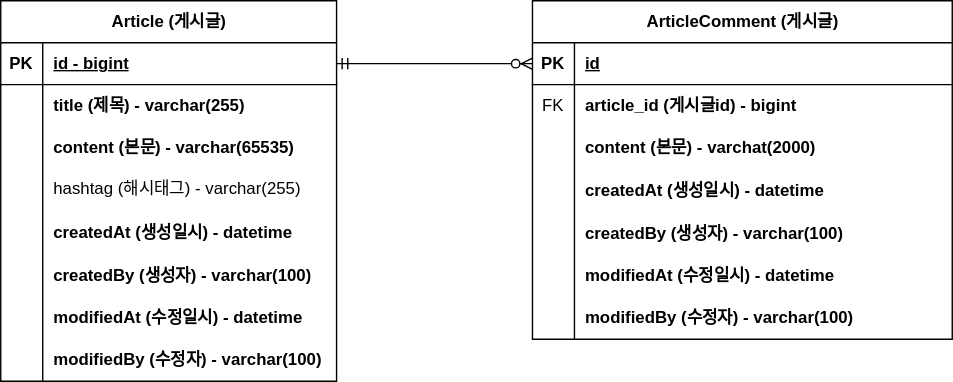
golden-hamster/hello-project-board keeps this draw.io diagram as document/project-board-erd.svg. Above is the earlier version. Source tidied: cells renumbered, new cells last; positions are measured from the earlier drawing's top-left corner, leaving out a move shared by most shapes.
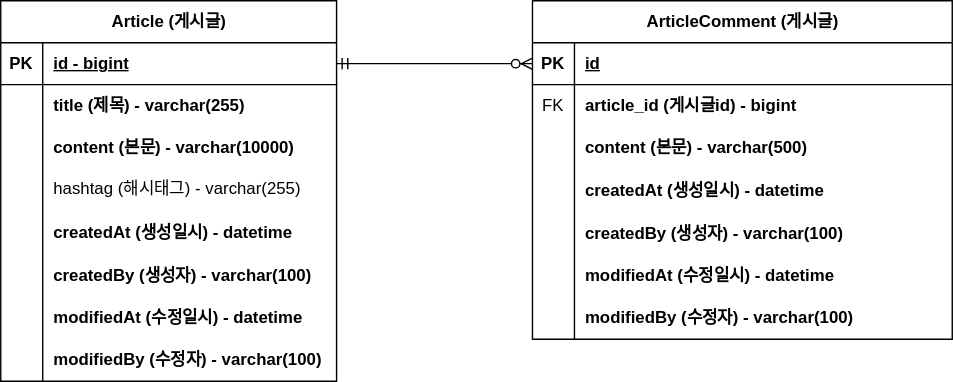
Later version of the same file.

Commit message:
#10 - erd 업데이트: content 사이즈 변경

Diff of the diagram source:
```diff
@@ -29,7 +29,7 @@
     <mxCell id="10" style="shape=partialRectangle;fillColor=none;top=0;left=0;bottom=0;right=0;overflow=hidden;whiteSpace=wrap;html=1;" parent="9" vertex="1">
       <mxGeometry width="30" height="30" as="geometry" />
     </mxCell>
-    <mxCell id="11" value="content (본문) - varchar(65535)" style="shape=partialRectangle;fillColor=none;top=0;left=0;bottom=0;right=0;align=left;spacingLeft=6;overflow=hidden;whiteSpace=wrap;html=1;fontStyle=1;" parent="9" vertex="1">
+    <mxCell id="11" value="content (본문) - varchar(10000)" style="shape=partialRectangle;fillColor=none;top=0;left=0;bottom=0;right=0;align=left;spacingLeft=6;overflow=hidden;whiteSpace=wrap;html=1;fontStyle=1;" parent="9" vertex="1">
       <mxGeometry x="30" width="210" height="30" as="geometry" />
     </mxCell>
     <mxCell id="12" style="shape=tableRow;horizontal=0;startSize=0;swimlaneHead=0;swimlaneBody=0;fillColor=none;top=0;left=0;right=0;bottom=0;" parent="2" vertex="1">
@@ -104,7 +104,7 @@
     <mxCell id="35" style="shape=partialRectangle;fillColor=none;top=0;left=0;bottom=0;right=0;overflow=hidden;whiteSpace=wrap;html=1;" parent="34" vertex="1">
       <mxGeometry width="30" height="30" as="geometry" />
     </mxCell>
-    <mxCell id="36" value="content (본문) - varchat(2000)" style="shape=partialRectangle;fillColor=none;top=0;left=0;bottom=0;right=0;align=left;spacingLeft=6;overflow=hidden;whiteSpace=wrap;html=1;fontStyle=1;" parent="34" vertex="1">
+    <mxCell id="36" value="content (본문) - varchar(500)" style="shape=partialRectangle;fillColor=none;top=0;left=0;bottom=0;right=0;align=left;spacingLeft=6;overflow=hidden;whiteSpace=wrap;html=1;fontStyle=1;" parent="34" vertex="1">
       <mxGeometry x="30" width="270" height="30" as="geometry" />
     </mxCell>
     <mxCell id="37" style="shape=tableRow;horizontal=0;startSize=0;swimlaneHead=0;swimlaneBody=0;fillColor=none;top=0;left=0;right=0;bottom=0;" parent="27" vertex="1">
```
